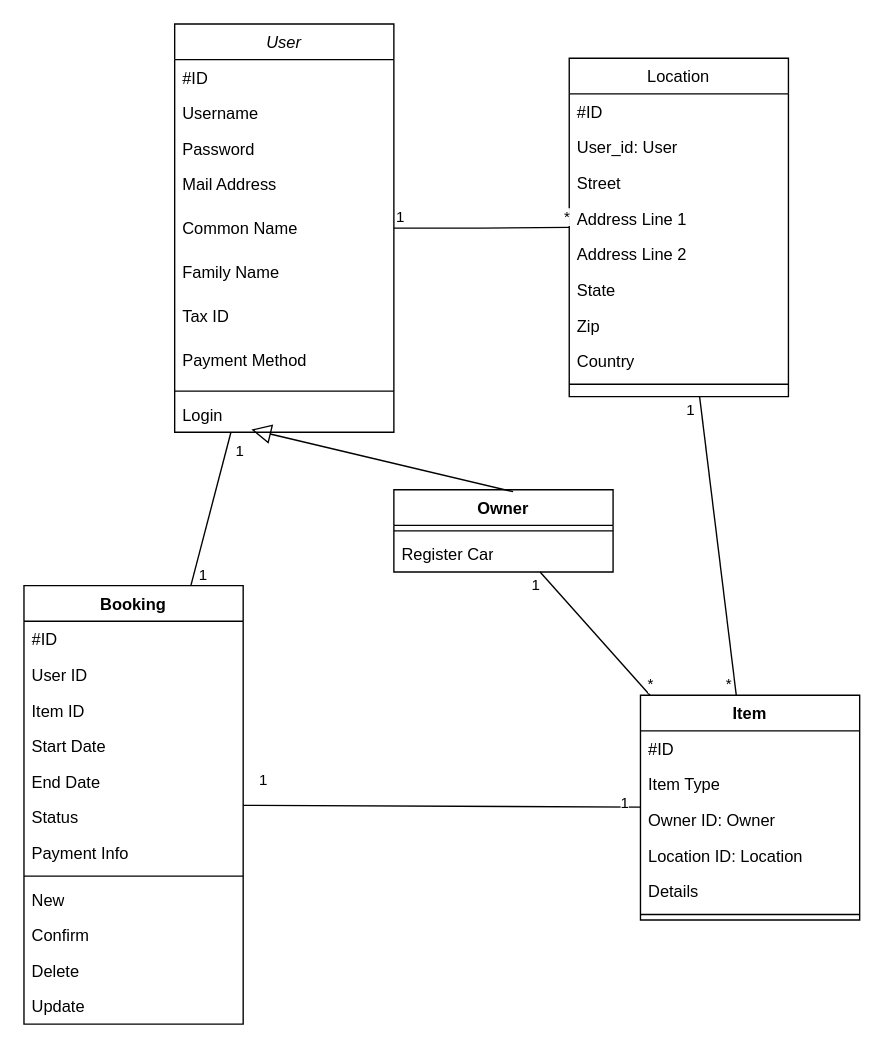
Above: docs/Class Diagram.drawio in flistell/pw-booking (draw.io), before the change. Source tidied: cells renumbered, new cells numbered last; positions are measured from the earlier drawing's top-left corner, leaving out a move shared by most shapes. Both pictures are drawn from the tidied source at 137%, with x=0, y=0 at pixel (23, 23).
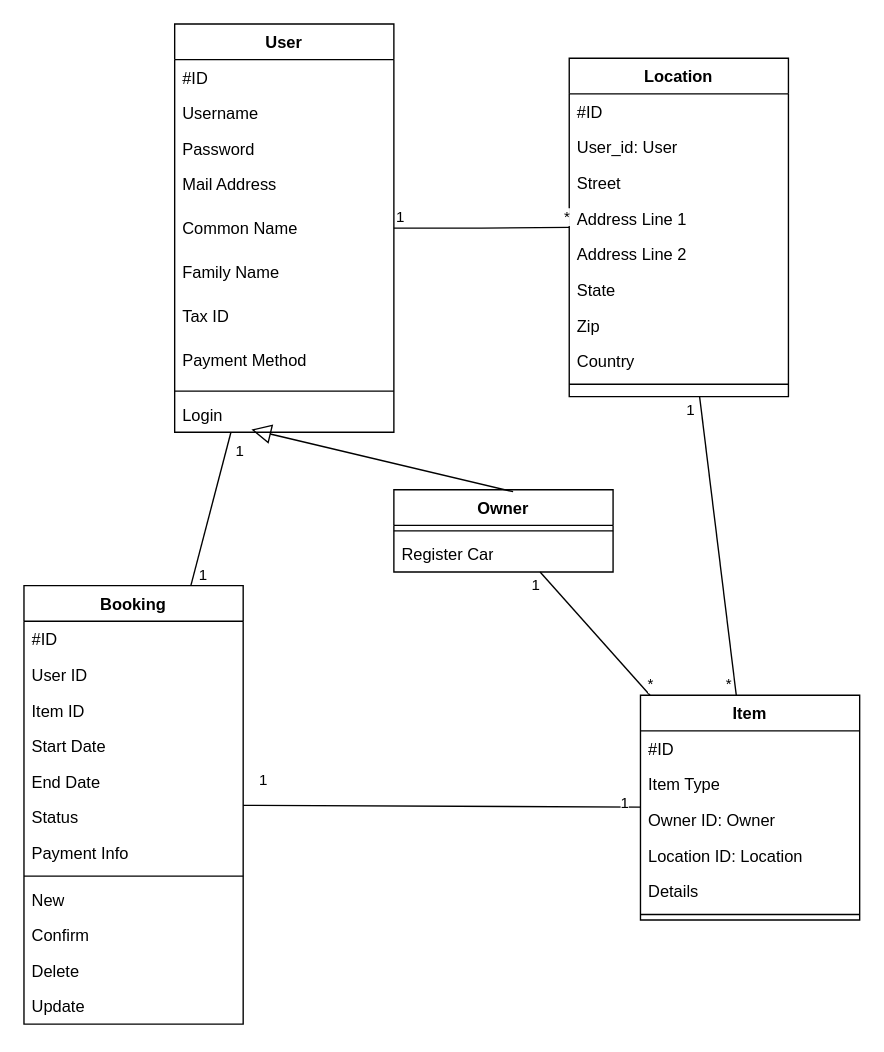
Above is the later version.

Change to the diagram source:
```diff
@@
-    <mxCell id="2" value="User" style="swimlane;fontStyle=2;align=center;verticalAlign=top;horizontal=1;startSize=26;rounded=0;shadow=0;strokeWidth=1;" parent="1" vertex="1">
+    <mxCell id="2" value="User" style="swimlane;fontStyle=1;align=center;verticalAlign=top;horizontal=1;startSize=26;rounded=0;shadow=0;strokeWidth=1;" parent="1" vertex="1">
       <mxGeometry x="110" width="160" height="298" as="geometry" />
     </mxCell>
@@
-    <mxCell id="13" value="Location" style="swimlane;fontStyle=0;align=center;verticalAlign=top;horizontal=1;startSize=26;rounded=0;shadow=0;strokeWidth=1;" parent="1" vertex="1">
+    <mxCell id="13" value="Location" style="swimlane;fontStyle=1;align=center;verticalAlign=top;horizontal=1;startSize=26;rounded=0;shadow=0;strokeWidth=1;" parent="1" vertex="1">
       <mxGeometry x="398" y="25" width="160" height="247" as="geometry" />
     </mxCell>
```
